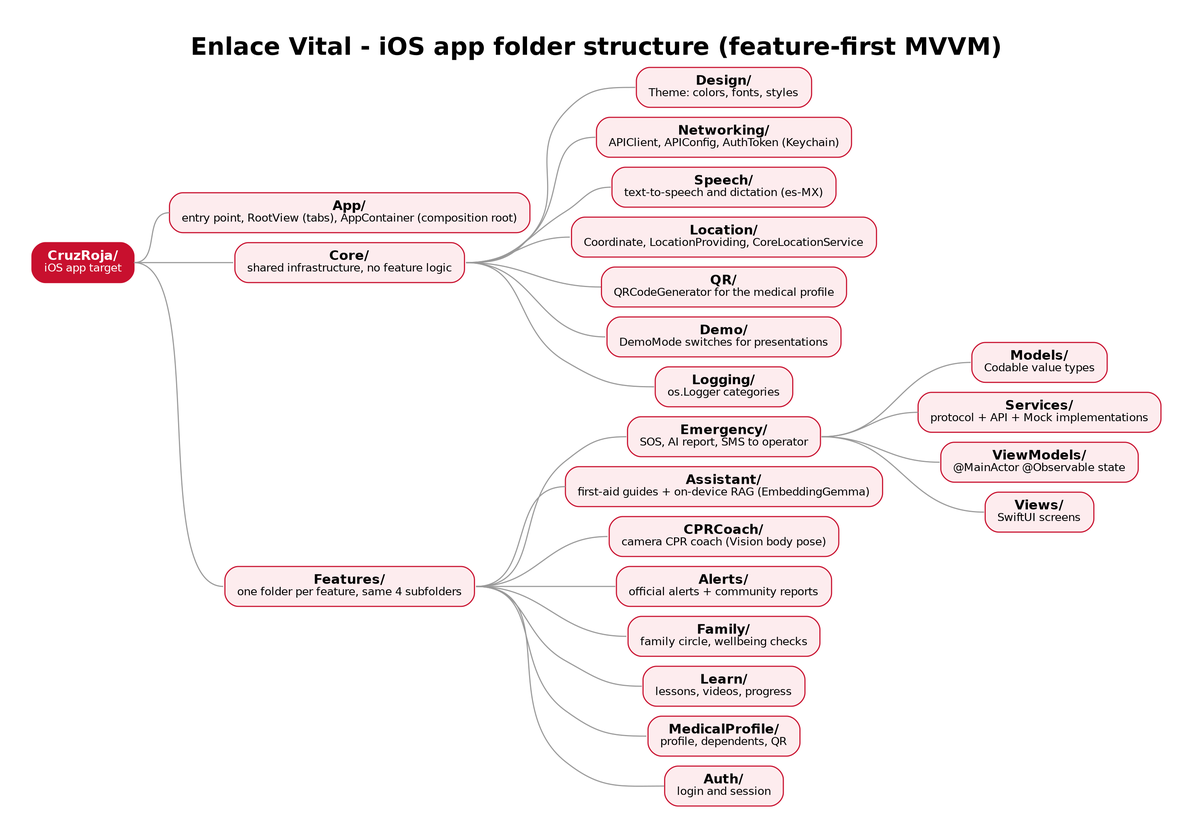
Earlier version of the Graphviz export docs/architecture/png/05-folders-ios.png (Fernando94654/Cruz-Roja-App). Its source is kept beside it as docs/architecture/src/05-folders-ios.dot. The source it was exported from:
```dot
digraph folders {
  graph [rankdir=LR, fontname="Helvetica", nodesep=0.12, ranksep=0.45, pad=0.4, label=<<b>Enlace Vital - iOS app folder structure (feature-first MVVM)</b>>, labelloc=t, fontsize=22];
  node [shape=box, style="rounded,filled", fontname="Helvetica", fontsize=12, margin="0.15,0.06"];
  edge [color="#999999", arrowhead=none, tailport=e, headport=w];
  n1 [label=<<b>CruzRoja/</b><br/><font point-size="10">iOS app target</font>>, fillcolor="#C8102E", fontcolor="white", color="#C8102E"];
  n2 [label=<<b>App/</b><br/><font point-size="10">entry point, RootView (tabs), AppContainer (composition root)</font>>, fillcolor="#FDECEE", fontcolor="black", color="#C8102E"];
  n1 -> n2;
  n3 [label=<<b>Core/</b><br/><font point-size="10">shared infrastructure, no feature logic</font>>, fillcolor="#FDECEE", fontcolor="black", color="#C8102E"];
  n1 -> n3;
  n4 [label=<<b>Design/</b><br/><font point-size="10">Theme: colors, fonts, styles</font>>, fillcolor="#FDECEE", fontcolor="black", color="#C8102E"];
  n3 -> n4;
  n5 [label=<<b>Networking/</b><br/><font point-size="10">APIClient, APIConfig, AuthToken (Keychain)</font>>, fillcolor="#FDECEE", fontcolor="black", color="#C8102E"];
  n3 -> n5;
  n6 [label=<<b>Speech/</b><br/><font point-size="10">text-to-speech and dictation (es-MX)</font>>, fillcolor="#FDECEE", fontcolor="black", color="#C8102E"];
  n3 -> n6;
  n7 [label=<<b>Location/</b><br/><font point-size="10">Coordinate, LocationProviding, CoreLocationService</font>>, fillcolor="#FDECEE", fontcolor="black", color="#C8102E"];
  n3 -> n7;
  n8 [label=<<b>QR/</b><br/><font point-size="10">QRCodeGenerator for the medical profile</font>>, fillcolor="#FDECEE", fontcolor="black", color="#C8102E"];
  n3 -> n8;
  n9 [label=<<b>Demo/</b><br/><font point-size="10">DemoMode switches for presentations</font>>, fillcolor="#FDECEE", fontcolor="black", color="#C8102E"];
  n3 -> n9;
  n10 [label=<<b>Logging/</b><br/><font point-size="10">os.Logger categories</font>>, fillcolor="#FDECEE", fontcolor="black", color="#C8102E"];
  n3 -> n10;
  n11 [label=<<b>Features/</b><br/><font point-size="10">one folder per feature, same 4 subfolders</font>>, fillcolor="#FDECEE", fontcolor="black", color="#C8102E"];
  n1 -> n11;
  n12 [label=<<b>Emergency/</b><br/><font point-size="10">SOS, AI report, SMS to operator</font>>, fillcolor="#FDECEE", fontcolor="black", color="#C8102E"];
  n11 -> n12;
  n13 [label=<<b>Models/</b><br/><font point-size="10">Codable value types</font>>, fillcolor="#FDECEE", fontcolor="black", color="#C8102E"];
  n12 -> n13;
  n14 [label=<<b>Services/</b><br/><font point-size="10">protocol + API + Mock implementations</font>>, fillcolor="#FDECEE", fontcolor="black", color="#C8102E"];
  n12 -> n14;
  n15 [label=<<b>ViewModels/</b><br/><font point-size="10">@MainActor @Observable state</font>>, fillcolor="#FDECEE", fontcolor="black", color="#C8102E"];
  n12 -> n15;
  n16 [label=<<b>Views/</b><br/><font point-size="10">SwiftUI screens</font>>, fillcolor="#FDECEE", fontcolor="black", color="#C8102E"];
  n12 -> n16;
  n17 [label=<<b>Assistant/</b><br/><font point-size="10">first-aid guides + on-device RAG (EmbeddingGemma)</font>>, fillcolor="#FDECEE", fontcolor="black", color="#C8102E"];
  n11 -> n17;
  n18 [label=<<b>CPRCoach/</b><br/><font point-size="10">camera CPR coach (Vision body pose)</font>>, fillcolor="#FDECEE", fontcolor="black", color="#C8102E"];
  n11 -> n18;
  n19 [label=<<b>Alerts/</b><br/><font point-size="10">official alerts + community reports</font>>, fillcolor="#FDECEE", fontcolor="black", color="#C8102E"];
  n11 -> n19;
  n20 [label=<<b>Family/</b><br/><font point-size="10">family circle, wellbeing checks</font>>, fillcolor="#FDECEE", fontcolor="black", color="#C8102E"];
  n11 -> n20;
  n21 [label=<<b>Learn/</b><br/><font point-size="10">lessons, videos, progress</font>>, fillcolor="#FDECEE", fontcolor="black", color="#C8102E"];
  n11 -> n21;
  n22 [label=<<b>MedicalProfile/</b><br/><font point-size="10">profile, dependents, QR</font>>, fillcolor="#FDECEE", fontcolor="black", color="#C8102E"];
  n11 -> n22;
  n23 [label=<<b>Auth/</b><br/><font point-size="10">login and session</font>>, fillcolor="#FDECEE", fontcolor="black", color="#C8102E"];
  n11 -> n23;
}
```
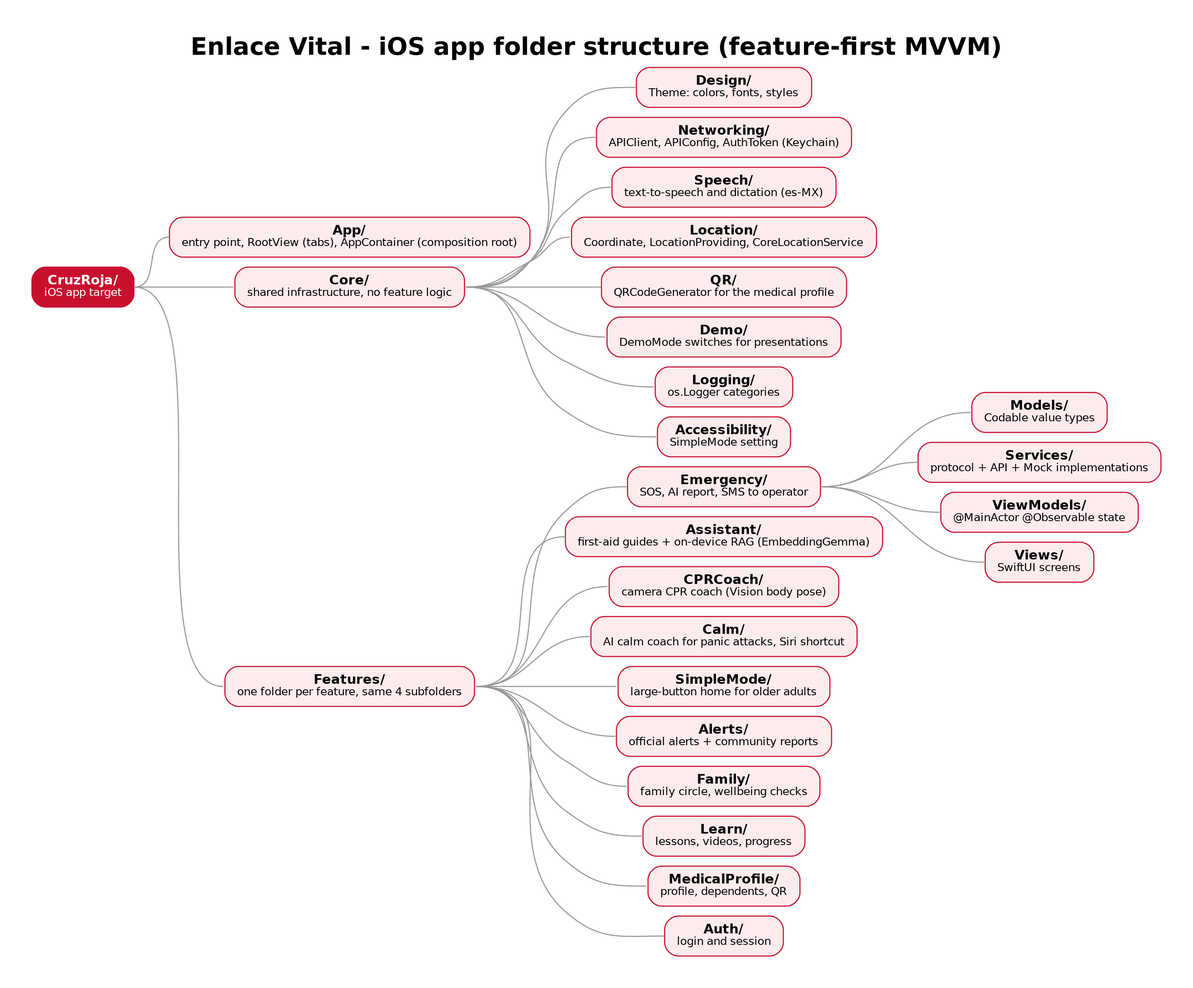
Above is the later version.

Commit message:
Add Calm, simple mode and App Intents to architecture diagrams

The edit, as a diff of the source:
```diff
@@ -21,30 +21,36 @@
   n3 -> n9;
   n10 [label=<<b>Logging/</b><br/><font point-size="10">os.Logger categories</font>>, fillcolor="#FDECEE", fontcolor="black", color="#C8102E"];
   n3 -> n10;
-  n11 [label=<<b>Features/</b><br/><font point-size="10">one folder per feature, same 4 subfolders</font>>, fillcolor="#FDECEE", fontcolor="black", color="#C8102E"];
-  n1 -> n11;
-  n12 [label=<<b>Emergency/</b><br/><font point-size="10">SOS, AI report, SMS to operator</font>>, fillcolor="#FDECEE", fontcolor="black", color="#C8102E"];
-  n11 -> n12;
-  n13 [label=<<b>Models/</b><br/><font point-size="10">Codable value types</font>>, fillcolor="#FDECEE", fontcolor="black", color="#C8102E"];
+  n11 [label=<<b>Accessibility/</b><br/><font point-size="10">SimpleMode setting</font>>, fillcolor="#FDECEE", fontcolor="black", color="#C8102E"];
+  n3 -> n11;
+  n12 [label=<<b>Features/</b><br/><font point-size="10">one folder per feature, same 4 subfolders</font>>, fillcolor="#FDECEE", fontcolor="black", color="#C8102E"];
+  n1 -> n12;
+  n13 [label=<<b>Emergency/</b><br/><font point-size="10">SOS, AI report, SMS to operator</font>>, fillcolor="#FDECEE", fontcolor="black", color="#C8102E"];
   n12 -> n13;
-  n14 [label=<<b>Services/</b><br/><font point-size="10">protocol + API + Mock implementations</font>>, fillcolor="#FDECEE", fontcolor="black", color="#C8102E"];
-  n12 -> n14;
-  n15 [label=<<b>ViewModels/</b><br/><font point-size="10">@MainActor @Observable state</font>>, fillcolor="#FDECEE", fontcolor="black", color="#C8102E"];
-  n12 -> n15;
-  n16 [label=<<b>Views/</b><br/><font point-size="10">SwiftUI screens</font>>, fillcolor="#FDECEE", fontcolor="black", color="#C8102E"];
-  n12 -> n16;
-  n17 [label=<<b>Assistant/</b><br/><font point-size="10">first-aid guides + on-device RAG (EmbeddingGemma)</font>>, fillcolor="#FDECEE", fontcolor="black", color="#C8102E"];
-  n11 -> n17;
-  n18 [label=<<b>CPRCoach/</b><br/><font point-size="10">camera CPR coach (Vision body pose)</font>>, fillcolor="#FDECEE", fontcolor="black", color="#C8102E"];
-  n11 -> n18;
-  n19 [label=<<b>Alerts/</b><br/><font point-size="10">official alerts + community reports</font>>, fillcolor="#FDECEE", fontcolor="black", color="#C8102E"];
-  n11 -> n19;
-  n20 [label=<<b>Family/</b><br/><font point-size="10">family circle, wellbeing checks</font>>, fillcolor="#FDECEE", fontcolor="black", color="#C8102E"];
-  n11 -> n20;
-  n21 [label=<<b>Learn/</b><br/><font point-size="10">lessons, videos, progress</font>>, fillcolor="#FDECEE", fontcolor="black", color="#C8102E"];
-  n11 -> n21;
-  n22 [label=<<b>MedicalProfile/</b><br/><font point-size="10">profile, dependents, QR</font>>, fillcolor="#FDECEE", fontcolor="black", color="#C8102E"];
-  n11 -> n22;
-  n23 [label=<<b>Auth/</b><br/><font point-size="10">login and session</font>>, fillcolor="#FDECEE", fontcolor="black", color="#C8102E"];
-  n11 -> n23;
+  n14 [label=<<b>Models/</b><br/><font point-size="10">Codable value types</font>>, fillcolor="#FDECEE", fontcolor="black", color="#C8102E"];
+  n13 -> n14;
+  n15 [label=<<b>Services/</b><br/><font point-size="10">protocol + API + Mock implementations</font>>, fillcolor="#FDECEE", fontcolor="black", color="#C8102E"];
+  n13 -> n15;
+  n16 [label=<<b>ViewModels/</b><br/><font point-size="10">@MainActor @Observable state</font>>, fillcolor="#FDECEE", fontcolor="black", color="#C8102E"];
+  n13 -> n16;
+  n17 [label=<<b>Views/</b><br/><font point-size="10">SwiftUI screens</font>>, fillcolor="#FDECEE", fontcolor="black", color="#C8102E"];
+  n13 -> n17;
+  n18 [label=<<b>Assistant/</b><br/><font point-size="10">first-aid guides + on-device RAG (EmbeddingGemma)</font>>, fillcolor="#FDECEE", fontcolor="black", color="#C8102E"];
+  n12 -> n18;
+  n19 [label=<<b>CPRCoach/</b><br/><font point-size="10">camera CPR coach (Vision body pose)</font>>, fillcolor="#FDECEE", fontcolor="black", color="#C8102E"];
+  n12 -> n19;
+  n20 [label=<<b>Calm/</b><br/><font point-size="10">AI calm coach for panic attacks, Siri shortcut</font>>, fillcolor="#FDECEE", fontcolor="black", color="#C8102E"];
+  n12 -> n20;
+  n21 [label=<<b>SimpleMode/</b><br/><font point-size="10">large-button home for older adults</font>>, fillcolor="#FDECEE", fontcolor="black", color="#C8102E"];
+  n12 -> n21;
+  n22 [label=<<b>Alerts/</b><br/><font point-size="10">official alerts + community reports</font>>, fillcolor="#FDECEE", fontcolor="black", color="#C8102E"];
+  n12 -> n22;
+  n23 [label=<<b>Family/</b><br/><font point-size="10">family circle, wellbeing checks</font>>, fillcolor="#FDECEE", fontcolor="black", color="#C8102E"];
+  n12 -> n23;
+  n24 [label=<<b>Learn/</b><br/><font point-size="10">lessons, videos, progress</font>>, fillcolor="#FDECEE", fontcolor="black", color="#C8102E"];
+  n12 -> n24;
+  n25 [label=<<b>MedicalProfile/</b><br/><font point-size="10">profile, dependents, QR</font>>, fillcolor="#FDECEE", fontcolor="black", color="#C8102E"];
+  n12 -> n25;
+  n26 [label=<<b>Auth/</b><br/><font point-size="10">login and session</font>>, fillcolor="#FDECEE", fontcolor="black", color="#C8102E"];
+  n12 -> n26;
 }
```
